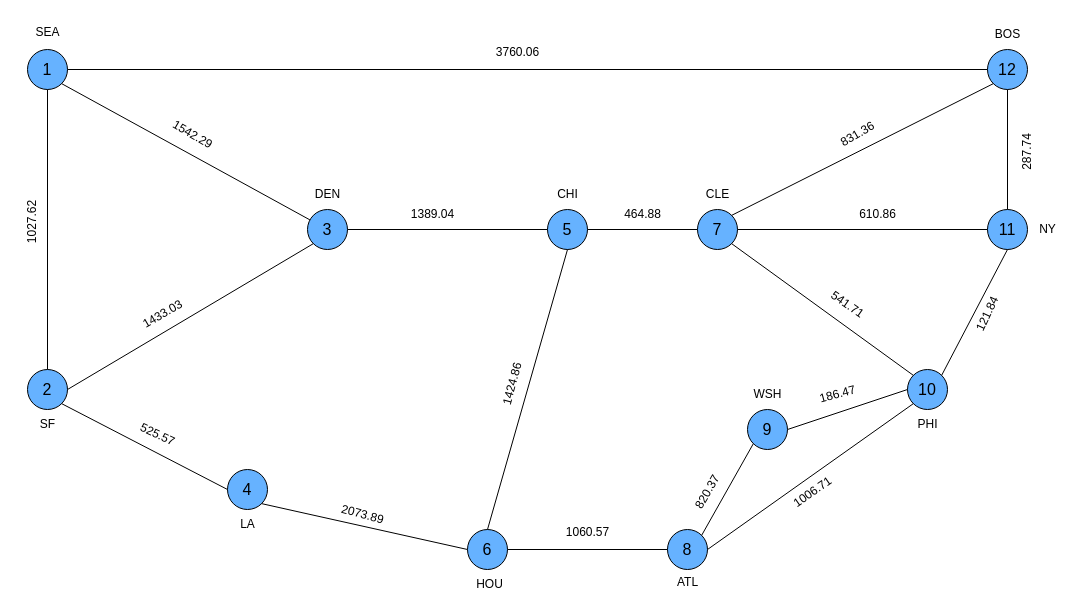
This is NetworkDiagram.drawio from YosefGuevara012/High-Speed-Networks---IST, a draw.io file, before an edit. Source tidied: cells renumbered, new cells numbered last; positions are measured from the earlier drawing's top-left corner, leaving out a move shared by most shapes. Both pictures are drawn from the tidied source at 100%, with x=0, y=0 at pixel (-3, 17).
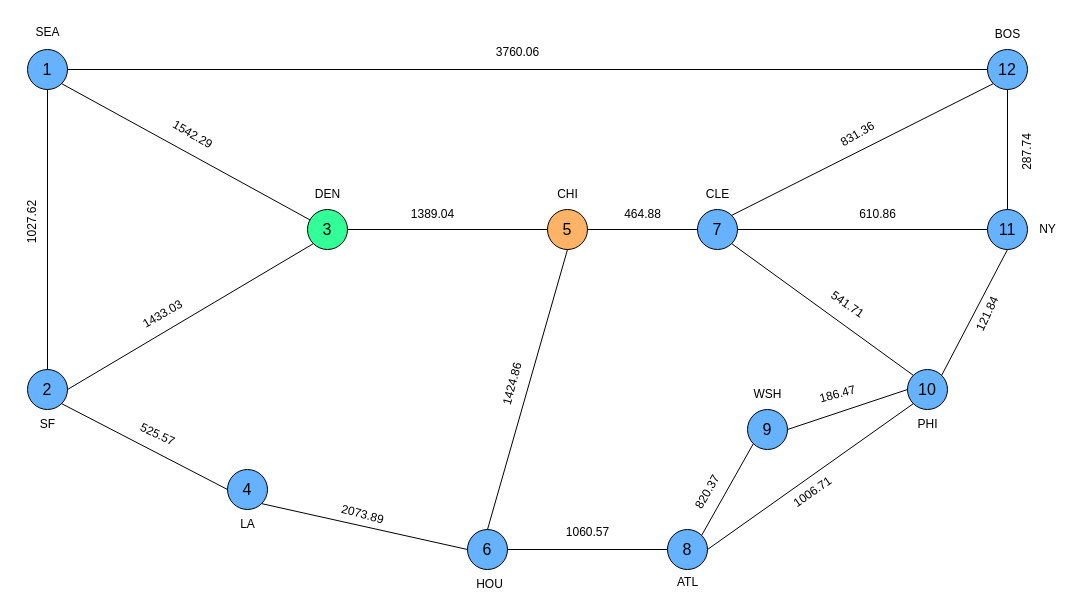
The same page after the edit.

Change to the diagram source:
```diff
@@
-    <mxCell id="4" value="3" style="ellipse;whiteSpace=wrap;html=1;fontSize=16;fillColor=#66B2FF;" parent="1" vertex="1">
+    <mxCell id="4" value="3" style="ellipse;whiteSpace=wrap;html=1;fontSize=16;fillColor=#33FF99;" parent="1" vertex="1">
       <mxGeometry x="310" y="192" width="40" height="40" as="geometry" />
     </mxCell>
@@
-    <mxCell id="6" value="5" style="ellipse;whiteSpace=wrap;html=1;fontSize=16;fillColor=#66B2FF;" parent="1" vertex="1">
+    <mxCell id="6" value="5" style="ellipse;whiteSpace=wrap;html=1;fontSize=16;fillColor=#FFB366;" parent="1" vertex="1">
       <mxGeometry x="550" y="192" width="40" height="40" as="geometry" />
     </mxCell>
```
